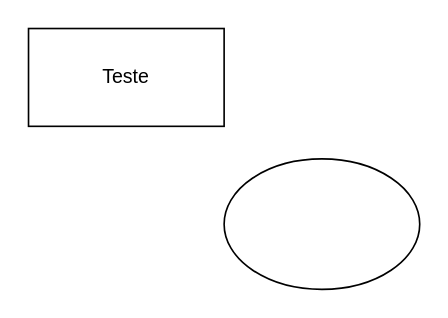
The draw.io diagram AutoDiaTeste.drawio in leandrosly/Auto-Diagram, before the edit. Source tidied: cells renumbered, new cells numbered last; positions are measured from the earlier drawing's top-left corner, leaving out a move shared by most shapes. Both pictures are drawn from the tidied source at 163%, with x=0, y=0 at pixel (28, 28).
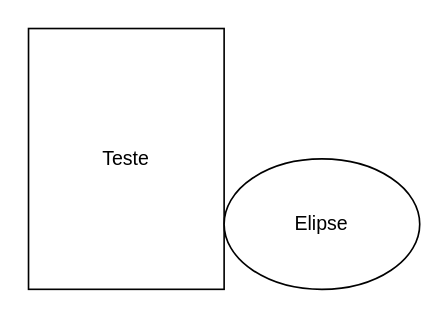
The same page after the edit.

What changed in the source:
```diff
@@
 <mxGraphModel>
   <root>
     <mxCell id="0" />
     <mxCell id="1" parent="0" />
-    <mxCell id="2" value="Teste" style="rounded=0;whiteSpace=wrap;html=1;" parent="1" vertex="1">
-      <mxGeometry width="120" height="60" as="geometry" />
+    <mxCell id="2" value="Teste" style="rounded=10;whiteSpace=wrap;html=1;" parent="1" vertex="1">
+      <mxGeometry width="120" height="160" as="geometry" />
     </mxCell>
-    <mxCell id="3" style="ellipse;whiteSpace=wrap;html=1;" parent="1" vertex="1">
+    <mxCell id="3" value="Elipse" style="ellipse;whiteSpace=wrap;html=1;" parent="1" vertex="1">
       <mxGeometry x="120" y="80" width="120" height="80" as="geometry" />
     </mxCell>
   </root>
 </mxGraphModel>
```
